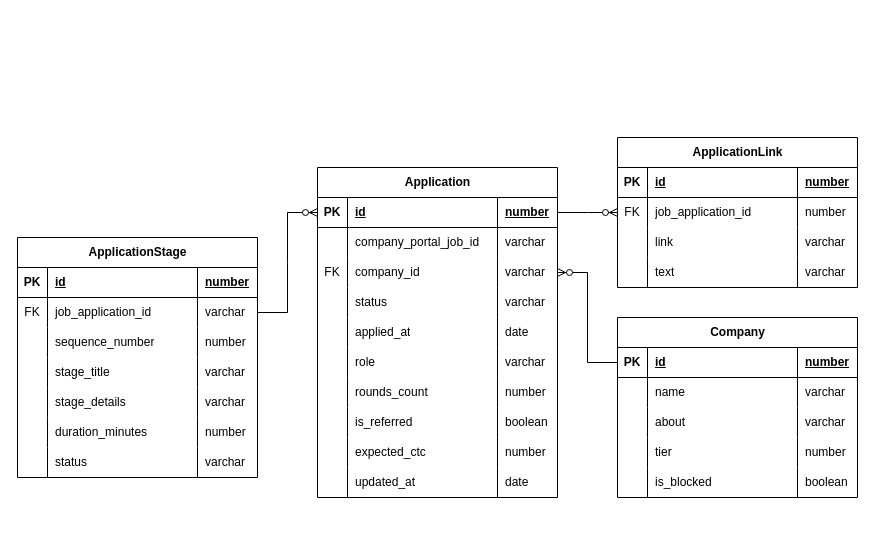
dipanshu-mahato/job_status_tracker keeps this draw.io diagram as db_design.drawio. Above is the earlier version. Source tidied: cells renumbered, new cells numbered last; positions are measured from the earlier drawing's top-left corner, leaving out a move shared by most shapes. Both pictures are drawn from the tidied source at 100%, with x=0, y=0 at pixel (17, 137).
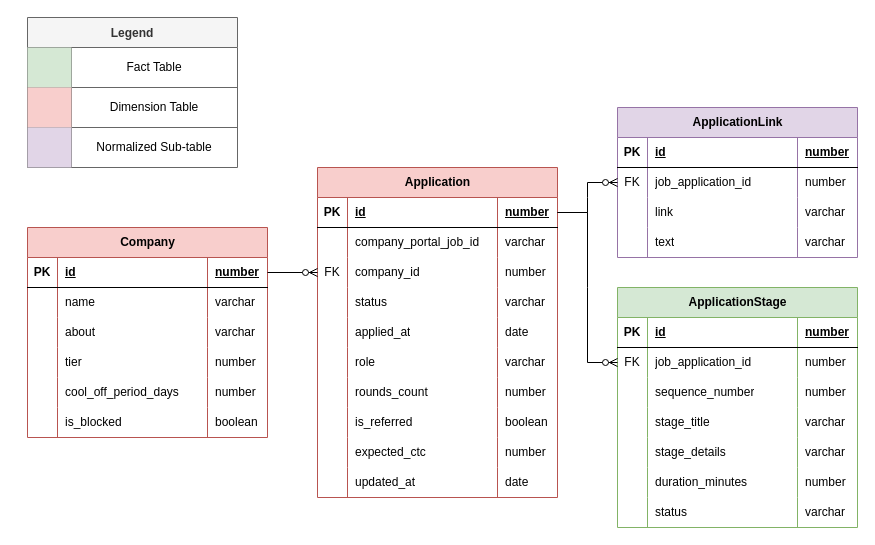
Above is the later version.

Commit message:
Add Legend and Improve Representation

Unchanged cells that the change refers to:
```xml
<mxCell id="3" style="shape=tableRow;horizontal=0;startSize=0;swimlaneHead=0;swimlaneBody=0;fillColor=none;points=[[0,0.5],[1,0.5]];portConstraint=eastwest;top=0;left=0;right=0;bottom=1;" parent="2" vertex="1">
  <mxGeometry y="30" width="240" height="30" as="geometry" />
</mxCell>
<mxCell id="24" style="shape=tableRow;horizontal=0;startSize=0;swimlaneHead=0;swimlaneBody=0;fillColor=none;points=[[0,0.5],[1,0.5]];portConstraint=eastwest;top=0;left=0;right=0;bottom=1;" parent="23" vertex="1">
  <mxGeometry y="30" width="240" height="30" as="geometry" />
</mxCell>
<mxCell id="32" style="shape=tableRow;horizontal=0;startSize=0;swimlaneHead=0;swimlaneBody=0;fillColor=none;points=[[0,0.5],[1,0.5]];portConstraint=eastwest;top=0;left=0;right=0;bottom=0;" parent="23" vertex="1">
  <mxGeometry y="90" width="240" height="30" as="geometry" />
</mxCell>
<mxCell id="69" style="shape=tableRow;horizontal=0;startSize=0;swimlaneHead=0;swimlaneBody=0;fillColor=none;points=[[0,0.5],[1,0.5]];portConstraint=eastwest;top=0;left=0;right=0;bottom=0;" parent="64" vertex="1">
  <mxGeometry y="60" width="240" height="30" as="geometry" />
</mxCell>
<mxCell id="86" style="shape=tableRow;horizontal=0;startSize=0;swimlaneHead=0;swimlaneBody=0;fillColor=none;points=[[0,0.5],[1,0.5]];portConstraint=eastwest;top=0;left=0;right=0;bottom=0;" parent="81" vertex="1">
  <mxGeometry y="60" width="240" height="30" as="geometry" />
</mxCell>
```

Diff of the diagram source:
```diff
@@
-    <mxCell id="2" value="Company" style="shape=table;startSize=30;childLayout=tableLayout;rowLines=0;fontStyle=1;align=center;html=1;" parent="1" vertex="1">
-      <mxGeometry x="600" y="180" width="240" height="180" as="geometry" />
+    <mxCell id="2" value="Company" style="shape=table;startSize=30;childLayout=tableLayout;rowLines=0;fontStyle=1;align=center;html=1;fillColor=#f8cecc;strokeColor=#b85450;" parent="1" vertex="1">
+      <mxGeometry x="10" y="90" width="240" height="210" as="geometry" />
     </mxCell>
@@
+    <mxCell id="113" style="shape=tableRow;horizontal=0;startSize=0;swimlaneHead=0;swimlaneBody=0;fillColor=none;top=0;left=0;right=0;bottom=0;" parent="2" vertex="1">
+      <mxGeometry y="150" width="240" height="30" as="geometry" />
+    </mxCell>
+    <mxCell id="114" style="shape=partialRectangle;fillColor=none;top=0;left=0;bottom=0;right=0;overflow=hidden;whiteSpace=wrap;html=1;" parent="113" vertex="1">
+      <mxGeometry width="30" height="30" as="geometry" />
+    </mxCell>
+    <mxCell id="115" value="cool_off_period_days" style="shape=partialRectangle;fillColor=none;top=0;left=0;bottom=0;right=0;align=left;spacingLeft=6;overflow=hidden;whiteSpace=wrap;html=1;" parent="113" vertex="1">
+      <mxGeometry x="30" width="150" height="30" as="geometry" />
+    </mxCell>
+    <mxCell id="116" value="number" style="shape=partialRectangle;fillColor=none;top=0;left=0;bottom=0;right=0;align=left;spacingLeft=6;overflow=hidden;whiteSpace=wrap;html=1;" parent="113" vertex="1">
+      <mxGeometry x="180" width="60" height="30" as="geometry" />
+    </mxCell>
     <mxCell id="19" style="shape=tableRow;horizontal=0;startSize=0;swimlaneHead=0;swimlaneBody=0;fillColor=none;top=0;left=0;right=0;bottom=0;" parent="2" vertex="1">
-      <mxGeometry y="150" width="240" height="30" as="geometry" />
+      <mxGeometry y="180" width="240" height="30" as="geometry" />
     </mxCell>
@@
-    <mxCell id="23" value="Application" style="shape=table;startSize=30;childLayout=tableLayout;rowLines=0;fontStyle=1;align=center;html=1;" parent="1" vertex="1">
+    <mxCell id="23" value="Application" style="shape=table;startSize=30;childLayout=tableLayout;rowLines=0;fontStyle=1;align=center;html=1;fillColor=#f8cecc;strokeColor=#b85450;" parent="1" vertex="1">
       <mxGeometry x="300" y="30" width="240" height="330" as="geometry" />
     </mxCell>
@@
-    <mxCell id="35" value="varchar" style="shape=partialRectangle;fillColor=none;top=0;left=0;bottom=0;right=0;align=left;spacingLeft=6;overflow=hidden;whiteSpace=wrap;html=1;" parent="32" vertex="1">
+    <mxCell id="35" value="number" style="shape=partialRectangle;fillColor=none;top=0;left=0;bottom=0;right=0;align=left;spacingLeft=6;overflow=hidden;whiteSpace=wrap;html=1;" parent="32" vertex="1">
       <mxGeometry x="180" width="60" height="30" as="geometry" />
     </mxCell>
@@
-    <mxCell id="64" value="ApplicationLink" style="shape=table;startSize=30;childLayout=tableLayout;rowLines=0;fontStyle=1;align=center;html=1;" parent="1" vertex="1">
-      <mxGeometry x="600" width="240" height="150" as="geometry" />
+    <mxCell id="64" value="ApplicationLink" style="shape=table;startSize=30;childLayout=tableLayout;rowLines=0;fontStyle=1;align=center;html=1;fillColor=#e1d5e7;strokeColor=#9673a6;" parent="1" vertex="1">
+      <mxGeometry x="600" y="-30" width="240" height="150" as="geometry" />
     </mxCell>
@@
-    <mxCell id="81" value="ApplicationStage" style="shape=table;startSize=30;childLayout=tableLayout;rowLines=0;fontStyle=1;align=center;html=1;" parent="1" vertex="1">
-      <mxGeometry y="100" width="240" height="240" as="geometry" />
+    <mxCell id="81" value="ApplicationStage" style="shape=table;startSize=30;childLayout=tableLayout;rowLines=0;fontStyle=1;align=center;html=1;fillColor=#d5e8d4;strokeColor=#82b366;" parent="1" vertex="1">
+      <mxGeometry x="600" y="150" width="240" height="240" as="geometry" />
     </mxCell>
@@
-    <mxCell id="89" value="varchar" style="shape=partialRectangle;fillColor=none;top=0;left=0;bottom=0;right=0;align=left;spacingLeft=6;overflow=hidden;whiteSpace=wrap;html=1;" parent="86" vertex="1">
+    <mxCell id="89" value="number" style="shape=partialRectangle;fillColor=none;top=0;left=0;bottom=0;right=0;align=left;spacingLeft=6;overflow=hidden;whiteSpace=wrap;html=1;" parent="86" vertex="1">
       <mxGeometry x="180" width="60" height="30" as="geometry" />
     </mxCell>
@@
+    <mxCell id="117" value="Legend" style="shape=table;startSize=30;childLayout=tableLayout;fontStyle=1;swimlaneFillColor=default;swimlaneLine=1;shadow=0;fillColor=#f5f5f5;fontColor=#333333;strokeColor=#666666;" parent="1" vertex="1">
+      <mxGeometry x="10" y="-120" width="210" height="150" as="geometry" />
+    </mxCell>
+    <mxCell id="118" style="shape=tableRow;horizontal=0;startSize=0;swimlaneHead=0;swimlaneBody=0;strokeColor=inherit;top=0;left=0;bottom=0;right=0;fillColor=none;" parent="117" vertex="1">
+      <mxGeometry y="30" width="210" height="40" as="geometry" />
+    </mxCell>
+    <mxCell id="119" style="shape=partialRectangle;html=1;whiteSpace=wrap;strokeColor=#82b366;overflow=hidden;fillColor=#d5e8d4;top=0;left=0;bottom=0;right=0;" parent="118" vertex="1">
+      <mxGeometry width="44" height="40" as="geometry" />
+    </mxCell>
+    <mxCell id="120" value="Fact Table" style="shape=partialRectangle;html=1;whiteSpace=wrap;strokeColor=inherit;overflow=hidden;fillColor=none;top=0;left=0;bottom=0;right=0;" parent="118" vertex="1">
+      <mxGeometry x="44" width="166" height="40" as="geometry" />
+    </mxCell>
+    <mxCell id="121" style="shape=tableRow;horizontal=0;startSize=0;swimlaneHead=0;swimlaneBody=0;strokeColor=inherit;top=0;left=0;bottom=0;right=0;fillColor=none;" parent="117" vertex="1">
+      <mxGeometry y="70" width="210" height="40" as="geometry" />
+    </mxCell>
+    <mxCell id="122" style="shape=partialRectangle;html=1;whiteSpace=wrap;strokeColor=#b85450;overflow=hidden;fillColor=#f8cecc;top=0;left=0;bottom=0;right=0;" parent="121" vertex="1">
+      <mxGeometry width="44" height="40" as="geometry" />
+    </mxCell>
+    <mxCell id="123" value="Dimension Table" style="shape=partialRectangle;html=1;whiteSpace=wrap;strokeColor=inherit;overflow=hidden;fillColor=none;top=0;left=0;bottom=0;right=0;" parent="121" vertex="1">
+      <mxGeometry x="44" width="166" height="40" as="geometry" />
+    </mxCell>
+    <mxCell id="124" style="shape=tableRow;horizontal=0;startSize=0;swimlaneHead=0;swimlaneBody=0;strokeColor=inherit;top=0;left=0;bottom=0;right=0;fillColor=none;" parent="117" vertex="1">
+      <mxGeometry y="110" width="210" height="40" as="geometry" />
+    </mxCell>
+    <mxCell id="125" style="shape=partialRectangle;html=1;whiteSpace=wrap;strokeColor=#9673a6;overflow=hidden;fillColor=#e1d5e7;top=0;left=0;bottom=0;right=0;" parent="124" vertex="1">
+      <mxGeometry width="44" height="40" as="geometry" />
+    </mxCell>
+    <mxCell id="126" value="Normalized Sub-table" style="shape=partialRectangle;html=1;whiteSpace=wrap;strokeColor=inherit;overflow=hidden;fillColor=none;top=0;left=0;bottom=0;right=0;" parent="124" vertex="1">
+      <mxGeometry x="44" width="166" height="40" as="geometry" />
+    </mxCell>
-    <mxCell id="110" style="edgeStyle=entityRelationEdgeStyle;fontSize=12;html=1;endArrow=ERzeroToMany;endFill=1;rounded=0;exitX=0;exitY=0.5;exitDx=0;exitDy=0;entryX=1;entryY=0.5;entryDx=0;entryDy=0;" parent="1" edge="1" source="3" target="32">
+    <mxCell id="110" style="edgeStyle=entityRelationEdgeStyle;fontSize=12;html=1;endArrow=ERzeroToMany;endFill=1;rounded=0;exitX=1;exitY=0.5;exitDx=0;exitDy=0;entryX=0;entryY=0.5;entryDx=0;entryDy=0;" parent="1" edge="1" source="3" target="32">
       <mxGeometry relative="1" as="geometry" />
     </mxCell>
-    <mxCell id="111" style="edgeStyle=entityRelationEdgeStyle;fontSize=12;html=1;endArrow=ERzeroToMany;endFill=1;rounded=0;entryX=0;entryY=0.5;entryDx=0;entryDy=0;exitX=1;exitY=0.5;exitDx=0;exitDy=0;" parent="1" edge="1" source="24" target="69">
+    <mxCell id="111" style="edgeStyle=entityRelationEdgeStyle;fontSize=12;html=1;endArrow=ERzeroToMany;endFill=1;rounded=0;exitX=1;exitY=0.5;exitDx=0;exitDy=0;entryX=0;entryY=0.5;entryDx=0;entryDy=0;" parent="1" edge="1" source="24" target="69">
       <mxGeometry relative="1" as="geometry" />
     </mxCell>
-    <mxCell id="112" style="edgeStyle=entityRelationEdgeStyle;fontSize=12;html=1;endArrow=ERzeroToMany;endFill=1;rounded=0;exitX=1;exitY=0.5;exitDx=0;exitDy=0;entryX=0;entryY=0.5;entryDx=0;entryDy=0;" parent="1" edge="1" source="86" target="24">
-      <mxGeometry relative="1" as="geometry" />
-    </mxCell>
+    <mxCell id="127" style="edgeStyle=entityRelationEdgeStyle;fontSize=12;html=1;endArrow=ERzeroToMany;endFill=1;rounded=0;exitX=1;exitY=0.5;exitDx=0;exitDy=0;entryX=0;entryY=0.5;entryDx=0;entryDy=0;" parent="1" edge="1" source="24" target="86">
+      <mxGeometry relative="1" as="geometry" />
+    </mxCell>
```
